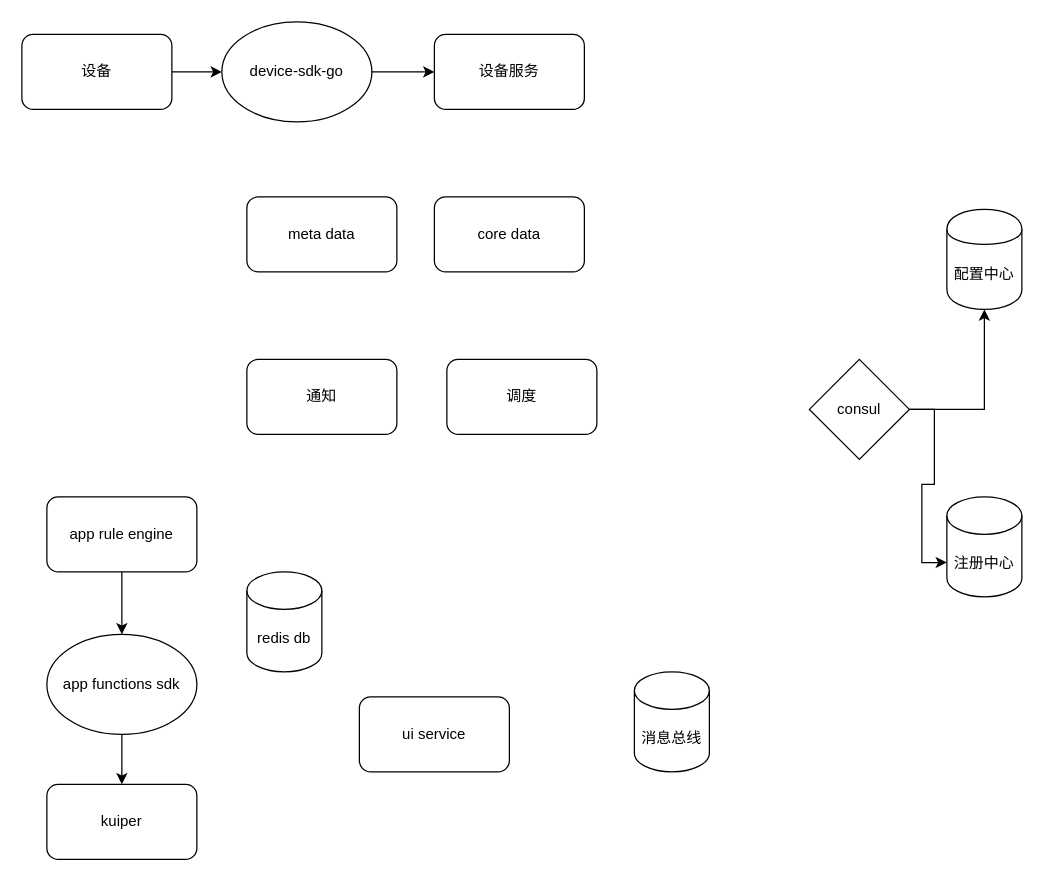
The draw.io diagram docs/Untitled Diagram.drawio in ccb1900/pages, before the edit. Source tidied: cells renumbered, new cells numbered last; positions are measured from the earlier drawing's top-left corner, leaving out a move shared by most shapes. Both pictures are drawn from the tidied source at 125%, with x=0, y=0 at pixel (21, 21).
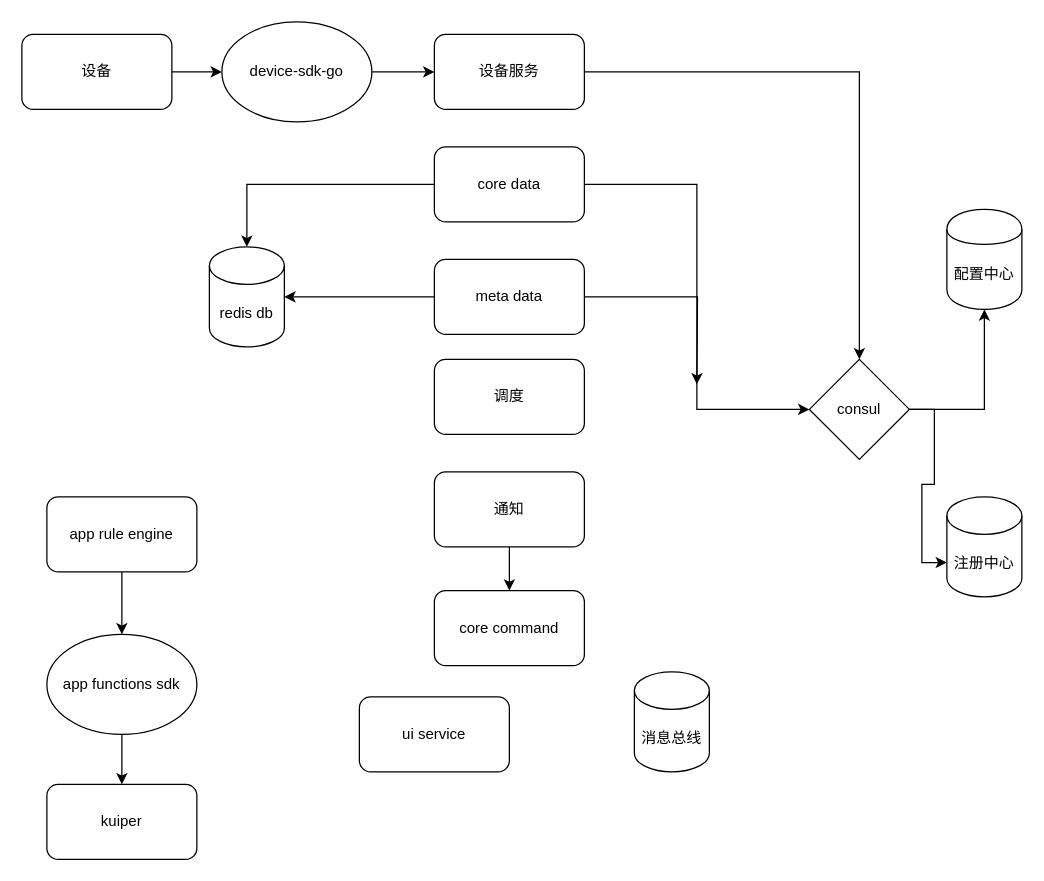
After the change.

The change refers to these unchanged cells:
```xml
<mxCell id="4" value="设备服务" style="whiteSpace=wrap;html=1;rounded=1;" parent="1" vertex="1">
  <mxGeometry x="330" y="10" width="120" height="60" as="geometry" />
</mxCell>
<mxCell id="21" value="consul" style="rhombus;whiteSpace=wrap;html=1;" parent="1" vertex="1">
  <mxGeometry x="630" y="270" width="80" height="80" as="geometry" />
</mxCell>
```

Diff of the diagram source:
```diff
@@
+    <mxCell id="24" style="edgeStyle=orthogonalEdgeStyle;rounded=0;jettySize=auto;html=1;" parent="1" edge="1" source="4" target="21">
+      <mxGeometry relative="1" as="geometry" />
+    </mxCell>
@@
+    <mxCell id="25" style="edgeStyle=orthogonalEdgeStyle;rounded=0;jettySize=auto;html=1;" parent="1" edge="1" source="5">
+      <mxGeometry relative="1" as="geometry">
+        <mxPoint x="540" y="290" as="targetPoint" />
+      </mxGeometry>
+    </mxCell>
+    <mxCell id="26" style="edgeStyle=orthogonalEdgeStyle;rounded=0;jettySize=auto;html=1;entryX=1;entryY=0.5;entryDx=0;entryDy=0;entryPerimeter=0;" parent="1" edge="1" source="5" target="16">
+      <mxGeometry relative="1" as="geometry" />
+    </mxCell>
     <mxCell id="5" value="meta data" style="rounded=1;whiteSpace=wrap;html=1;" parent="1" vertex="1">
-      <mxGeometry x="180" y="140" width="120" height="60" as="geometry" />
+      <mxGeometry x="330" y="190" width="120" height="60" as="geometry" />
     </mxCell>
+    <mxCell id="27" style="edgeStyle=orthogonalEdgeStyle;rounded=0;jettySize=auto;html=1;entryX=0;entryY=0.5;entryDx=0;entryDy=0;" parent="1" edge="1" source="6" target="21">
+      <mxGeometry relative="1" as="geometry" />
+    </mxCell>
+    <mxCell id="28" style="edgeStyle=orthogonalEdgeStyle;rounded=0;jettySize=auto;html=1;" parent="1" edge="1" source="6" target="16">
+      <mxGeometry relative="1" as="geometry" />
+    </mxCell>
     <mxCell id="6" value="core data" style="rounded=1;whiteSpace=wrap;html=1;" parent="1" vertex="1">
-      <mxGeometry x="330" y="140" width="120" height="60" as="geometry" />
+      <mxGeometry x="330" y="100" width="120" height="60" as="geometry" />
     </mxCell>
@@
     <mxCell id="16" value="redis db" style="shape=cylinder3;whiteSpace=wrap;html=1;boundedLbl=1;backgroundOutline=1;size=15;" parent="1" vertex="1">
-      <mxGeometry x="180" y="440" width="60" height="80" as="geometry" />
+      <mxGeometry x="150" y="180" width="60" height="80" as="geometry" />
     </mxCell>
+    <mxCell id="29" style="edgeStyle=orthogonalEdgeStyle;rounded=0;jettySize=auto;html=1;" parent="1" edge="1" source="17" target="30">
+      <mxGeometry relative="1" as="geometry" />
+    </mxCell>
     <mxCell id="17" value="通知" style="rounded=1;whiteSpace=wrap;html=1;" parent="1" vertex="1">
-      <mxGeometry x="180" y="270" width="120" height="60" as="geometry" />
+      <mxGeometry x="330" y="360" width="120" height="60" as="geometry" />
     </mxCell>
     <mxCell id="18" value="调度" style="rounded=1;whiteSpace=wrap;html=1;" parent="1" vertex="1">
-      <mxGeometry x="340" y="270" width="120" height="60" as="geometry" />
+      <mxGeometry x="330" y="270" width="120" height="60" as="geometry" />
     </mxCell>
@@
+    <mxCell id="30" value="core command" style="whiteSpace=wrap;html=1;rounded=1;" parent="1" vertex="1">
+      <mxGeometry x="330" y="455" width="120" height="60" as="geometry" />
+    </mxCell>
```
